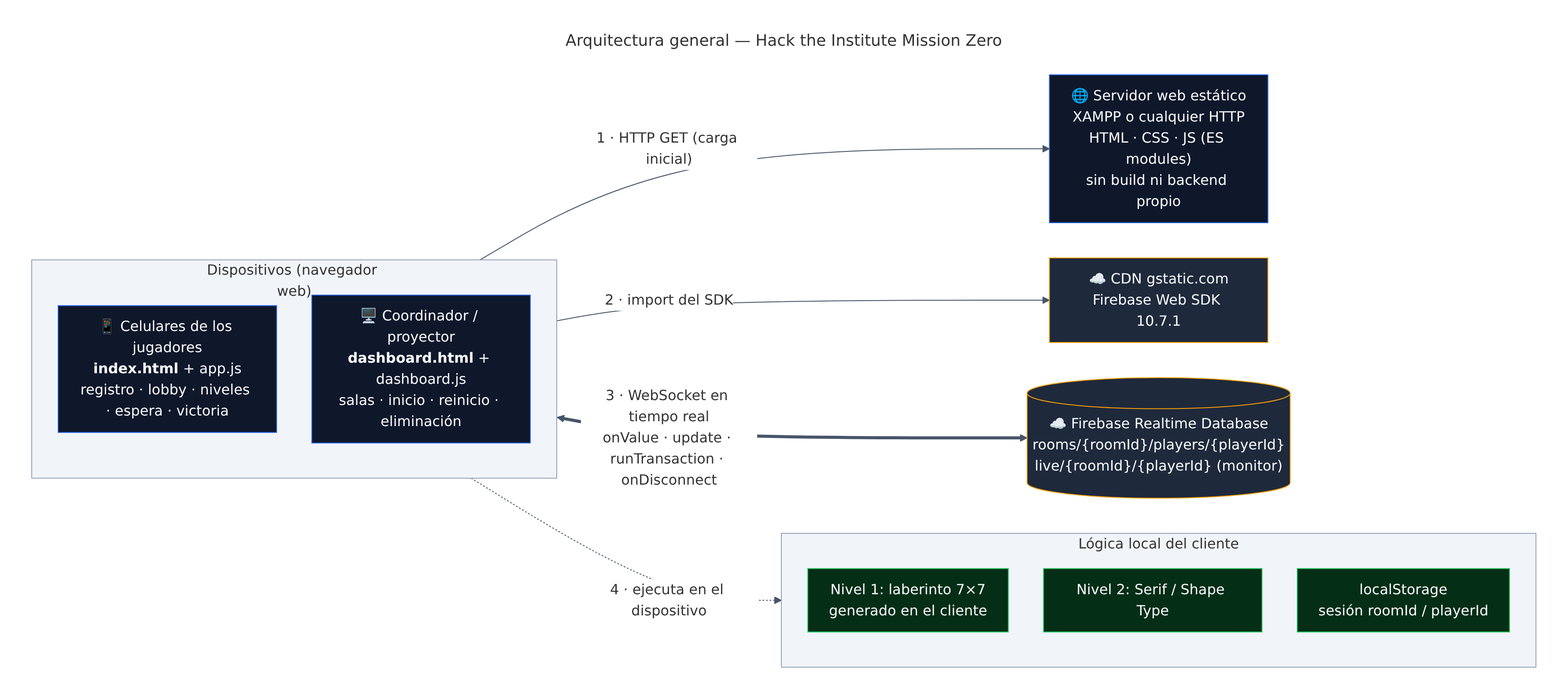
This is docs/diagramas/01-arquitectura-general.png from morphine75/escape_room, a Mermaid export, as it was before one commit. Its source is kept beside it as docs/diagramas/fuentes/01-arquitectura-general.mmd.
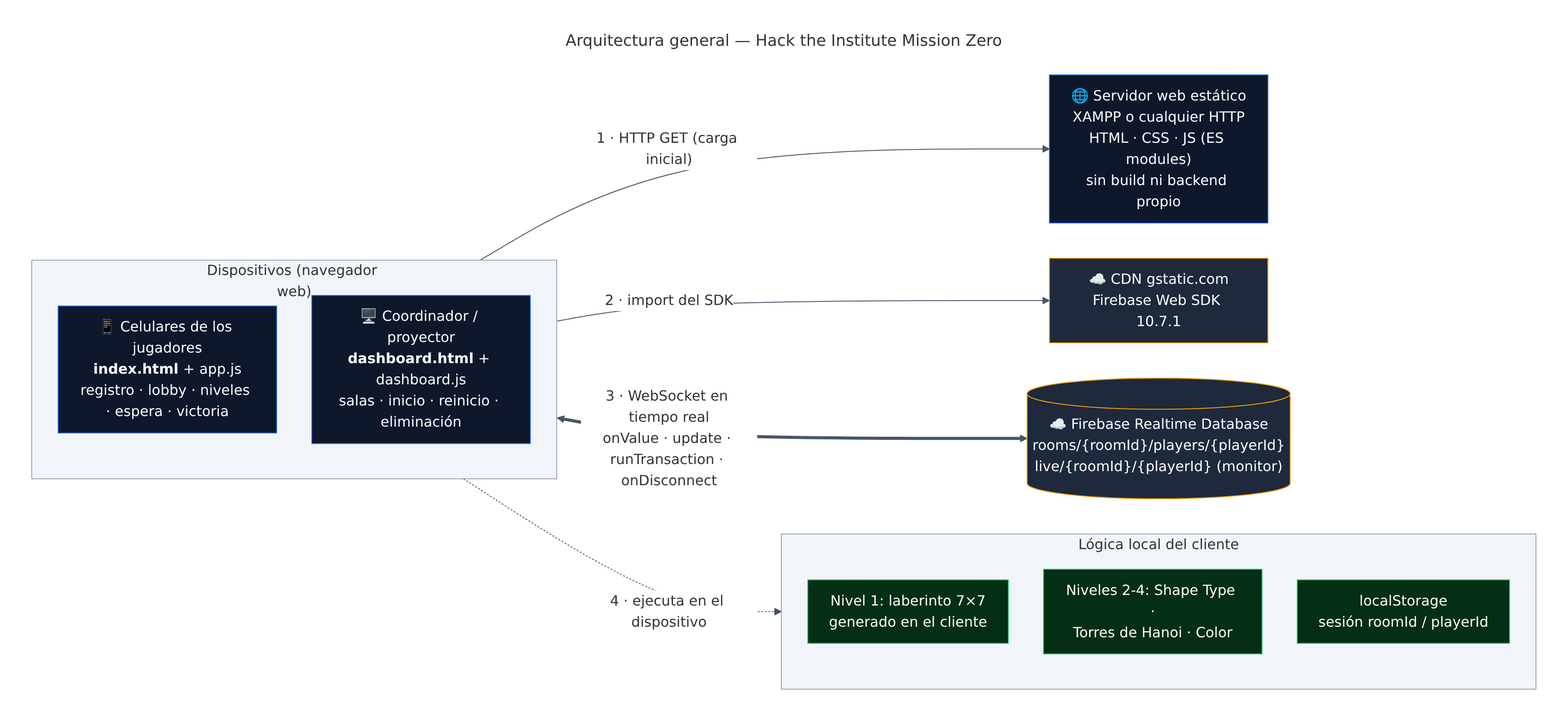
The same diagram one commit later.

What changed in the source:
```diff
@@ -11,7 +11,7 @@
   subgraph Local["Lógica local del cliente"]
     direction TB
     L1["Nivel 1: laberinto 7×7<br/>generado en el cliente"]
-    L2["Nivel 2: Serif / Shape Type"]
+    L2["Niveles 2-4: Shape Type ·<br/>Torres de Hanoi · Color"]
     LS["localStorage<br/>sesión roomId / playerId"]
   end
 
```
